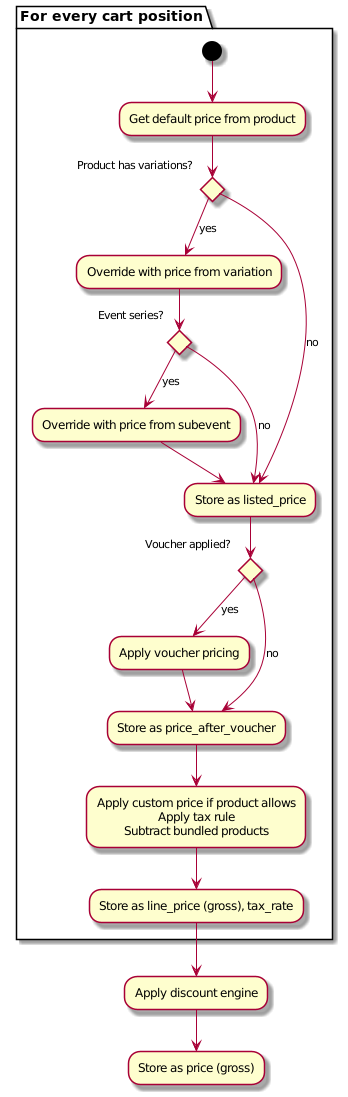
Earlier version of the PlantUML export doc/images/cart_pricing.png (pretix/pretix).
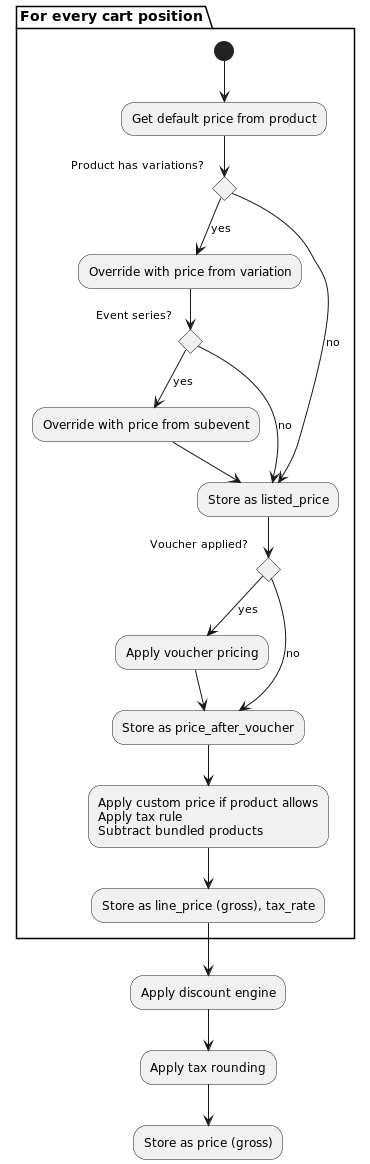
The same file after the commit.

What changed in the source:
```diff
@@ -23,6 +23,7 @@
     --> "Store as line_price (gross), tax_rate"
 }
 --> "Apply discount engine"
+--> "Apply tax rounding"
 --> "Store as price (gross)"
 
 @enduml
```
